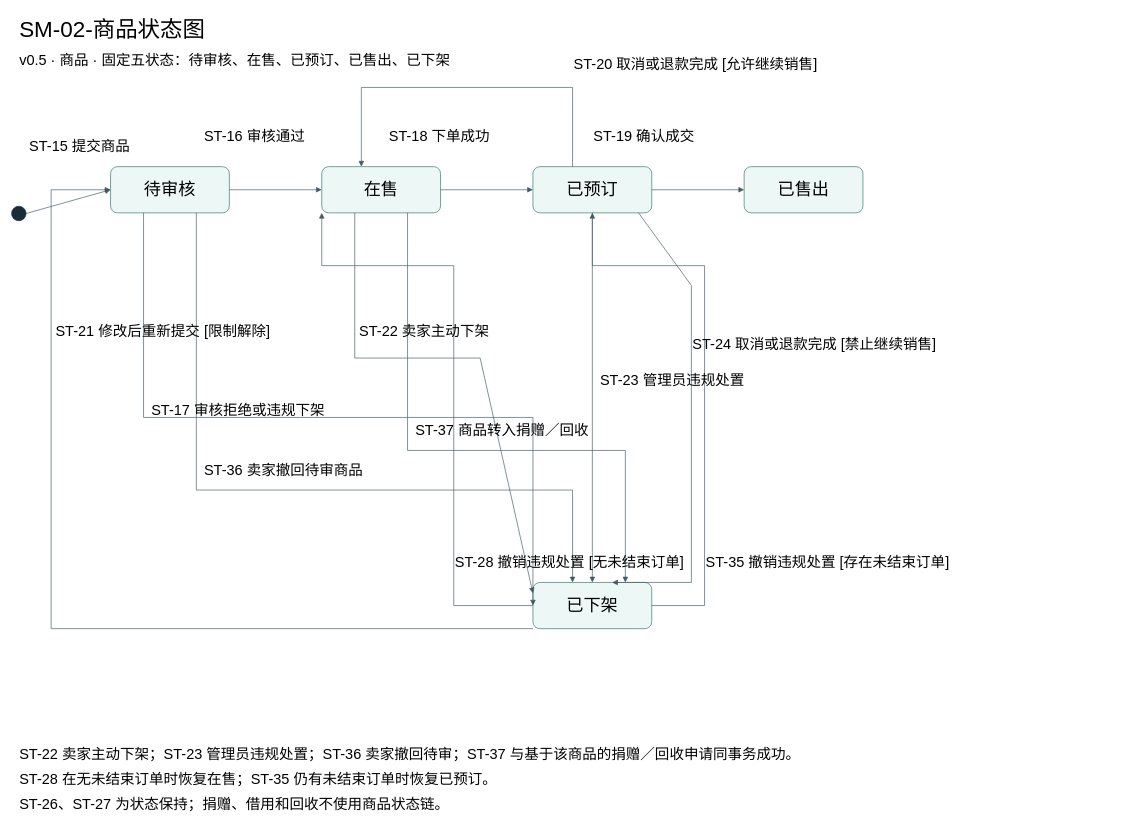
Above: 规则与状态/SM-02-商品状态图.drawio in Elusive-phantasm/Software-Engineering (draw.io), before the change. Source tidied: cells renumbered, new cells numbered last; positions are measured from the earlier drawing's top-left corner, leaving out a move shared by most shapes. Both pictures are drawn from the tidied source at 66%, with x=0, y=0 at pixel (11, 11).
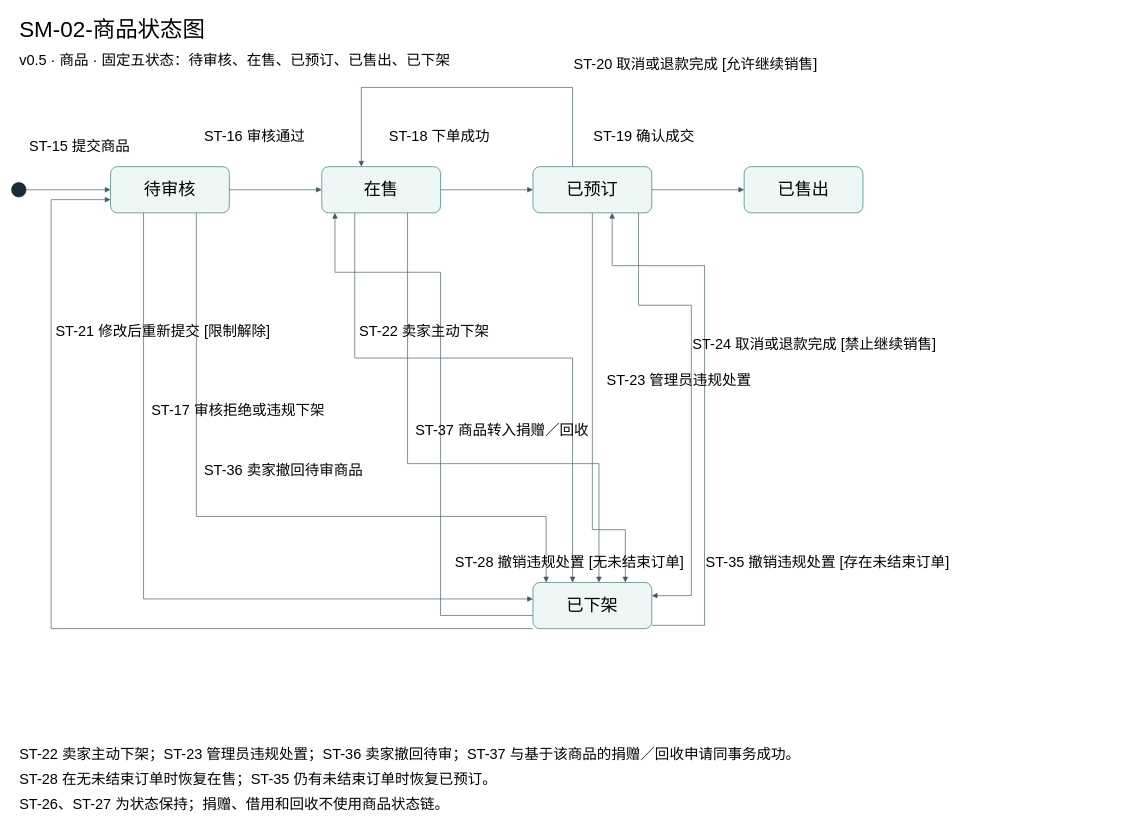
The same page after the edit.

The change refers to these unchanged cells:
```xml
<mxCell id="5" value="待审核" style="rounded=1;arcSize=15;whiteSpace=wrap;html=0;fillColor=#edf7f5;strokeColor=#28776b;fontSize=26;fontFamily=Microsoft YaHei;" parent="1" vertex="1">
  <mxGeometry x="150" y="235" width="180" height="70" as="geometry" />
</mxCell>
<mxCell id="6" value="在售" style="rounded=1;arcSize=15;whiteSpace=wrap;html=0;fillColor=#edf7f5;strokeColor=#28776b;fontSize=26;fontFamily=Microsoft YaHei;" parent="1" vertex="1">
  <mxGeometry x="470" y="235" width="180" height="70" as="geometry" />
</mxCell>
<mxCell id="7" value="已预订" style="rounded=1;arcSize=15;whiteSpace=wrap;html=0;fillColor=#edf7f5;strokeColor=#28776b;fontSize=26;fontFamily=Microsoft YaHei;" parent="1" vertex="1">
  <mxGeometry x="790" y="235" width="180" height="70" as="geometry" />
</mxCell>
<mxCell id="9" value="已下架" style="rounded=1;arcSize=15;whiteSpace=wrap;html=0;fillColor=#edf7f5;strokeColor=#28776b;fontSize=26;fontFamily=Microsoft YaHei;" parent="1" vertex="1">
  <mxGeometry x="790" y="865" width="180" height="70" as="geometry" />
</mxCell>
```

What changed in the source:
```diff
@@
     <mxCell id="4" style="ellipse;fillColor=#182d37;strokeColor=#182d37;" parent="1" vertex="1">
-      <mxGeometry y="295" width="22" height="22" as="geometry" />
+      <mxGeometry y="259" width="22" height="22" as="geometry" />
     </mxCell>
@@
-    <mxCell id="15" style="edgeStyle=none;rounded=0;endArrow=block;exitX=0.2777777777777778;exitY=1.0;entryX=0.0;entryY=0.5;strokeColor=#435962;" parent="1" edge="1" source="5" target="9">
+    <mxCell id="15" style="edgeStyle=none;rounded=0;endArrow=block;exitX=0.2777777777777778;exitY=1.0;entryX=0.0;entryY=0.35714285714285715;strokeColor=#435962;" parent="1" edge="1" source="5" target="9">
       <mxGeometry relative="1" as="geometry">
         <Array as="points">
-          <mxPoint x="200" y="615" />
-          <mxPoint x="790" y="615" />
+          <mxPoint x="200" y="890" />
         </Array>
       </mxGeometry>
     </mxCell>
-    <mxCell id="16" style="edgeStyle=none;rounded=0;endArrow=block;exitX=0.7222222222222222;exitY=1.0;entryX=0.3333333333333333;entryY=0.0;strokeColor=#435962;" parent="1" edge="1" source="5" target="9">
+    <mxCell id="16" style="edgeStyle=none;rounded=0;endArrow=block;exitX=0.7222222222222222;exitY=1.0;entryX=0.1111111111111111;entryY=0.0;strokeColor=#435962;" parent="1" edge="1" source="5" target="9">
       <mxGeometry relative="1" as="geometry">
         <Array as="points">
-          <mxPoint x="280" y="725" />
-          <mxPoint x="850" y="725" />
+          <mxPoint x="280" y="765" />
+          <mxPoint x="810" y="765" />
         </Array>
       </mxGeometry>
     </mxCell>
-    <mxCell id="17" style="edgeStyle=none;rounded=0;endArrow=block;exitX=0.2777777777777778;exitY=1.0;entryX=-0.4444444444444444;entryY=0.0;strokeColor=#435962;" parent="1" edge="1" source="6" target="9">
+    <mxCell id="17" style="edgeStyle=none;rounded=0;endArrow=block;exitX=0.2777777777777778;exitY=1.0;entryX=0.3333333333333333;entryY=0.0;strokeColor=#435962;" parent="1" edge="1" source="6" target="9">
       <mxGeometry relative="1" as="geometry">
         <Array as="points">
           <mxPoint x="520" y="525" />
-          <mxPoint x="710" y="525" />
+          <mxPoint x="850" y="525" />
         </Array>
       </mxGeometry>
     </mxCell>
-    <mxCell id="18" style="edgeStyle=none;rounded=0;endArrow=block;exitX=0.7222222222222222;exitY=1.0;entryX=0.7777777777777778;entryY=0.0;strokeColor=#435962;" parent="1" edge="1" source="6" target="9">
+    <mxCell id="18" style="edgeStyle=none;rounded=0;endArrow=block;exitX=0.7222222222222222;exitY=1.0;entryX=0.5555555555555556;entryY=0.0;strokeColor=#435962;" parent="1" edge="1" source="6" target="9">
       <mxGeometry relative="1" as="geometry">
         <Array as="points">
-          <mxPoint x="600" y="665" />
-          <mxPoint x="930" y="665" />
+          <mxPoint x="600" y="685" />
+          <mxPoint x="890" y="685" />
         </Array>
       </mxGeometry>
     </mxCell>
-    <mxCell id="19" style="edgeStyle=none;rounded=0;endArrow=block;exitX=0.5;exitY=1.0;entryX=0.5;entryY=0.0;strokeColor=#435962;" parent="1" edge="1" source="7" target="9">
-      <mxGeometry relative="1" as="geometry" />
+    <mxCell id="19" style="edgeStyle=none;rounded=0;endArrow=block;exitX=0.5;exitY=1.0;entryX=0.7777777777777778;entryY=0.0;strokeColor=#435962;" parent="1" edge="1" source="7" target="9">
+      <mxGeometry relative="1" as="geometry">
+        <Array as="points">
+          <mxPoint x="880" y="785" />
+          <mxPoint x="930" y="785" />
+        </Array>
+      </mxGeometry>
     </mxCell>
-    <mxCell id="20" style="edgeStyle=none;rounded=0;endArrow=block;exitX=0.8888888888888888;exitY=1.0;entryX=0.6666666666666666;entryY=0.0;strokeColor=#435962;" parent="1" edge="1" source="7" target="9">
+    <mxCell id="20" style="edgeStyle=none;rounded=0;endArrow=block;exitX=0.8888888888888888;exitY=1.0;entryX=1.0;entryY=0.2857142857142857;strokeColor=#435962;" parent="1" edge="1" source="7" target="9">
       <mxGeometry relative="1" as="geometry">
         <Array as="points">
-          <mxPoint x="1030" y="415" />
-          <mxPoint x="1030" y="865" />
+          <mxPoint x="950" y="445" />
+          <mxPoint x="1030" y="445" />
+          <mxPoint x="1030" y="885" />
         </Array>
       </mxGeometry>
     </mxCell>
-    <mxCell id="21" style="edgeStyle=none;rounded=0;endArrow=block;exitX=0.0;exitY=0.5;entryX=0.0;entryY=1.0;strokeColor=#435962;" parent="1" edge="1" source="9" target="6">
+    <mxCell id="21" style="edgeStyle=none;rounded=0;endArrow=block;exitX=0.0;exitY=0.7142857142857143;entryX=0.1111111111111111;entryY=1.0;strokeColor=#435962;" parent="1" edge="1" source="9" target="6">
       <mxGeometry relative="1" as="geometry">
         <Array as="points">
-          <mxPoint x="670" y="900" />
-          <mxPoint x="670" y="385" />
-          <mxPoint x="470" y="385" />
+          <mxPoint x="650" y="915" />
+          <mxPoint x="650" y="395" />
+          <mxPoint x="490" y="395" />
         </Array>
       </mxGeometry>
     </mxCell>
-    <mxCell id="22" style="edgeStyle=none;rounded=0;endArrow=block;exitX=0.6666666666666666;exitY=0.5;entryX=0.5;entryY=1.0;strokeColor=#435962;" parent="1" edge="1" source="9" target="7">
+    <mxCell id="22" style="edgeStyle=none;rounded=0;endArrow=block;exitX=1.0;exitY=0.9285714285714286;entryX=0.6666666666666666;entryY=1.0;strokeColor=#435962;" parent="1" edge="1" source="9" target="7">
       <mxGeometry relative="1" as="geometry">
         <Array as="points">
-          <mxPoint x="1050" y="900" />
+          <mxPoint x="1050" y="930" />
           <mxPoint x="1050" y="385" />
-          <mxPoint x="880" y="385" />
+          <mxPoint x="910" y="385" />
         </Array>
       </mxGeometry>
     </mxCell>
-    <mxCell id="23" style="edgeStyle=none;rounded=0;endArrow=block;exitX=0.0;exitY=1.0;entryX=0.0;entryY=0.5;strokeColor=#435962;" parent="1" edge="1" source="9" target="5">
+    <mxCell id="23" style="edgeStyle=none;rounded=0;endArrow=block;exitX=0.0;exitY=1.0;entryX=0.0;entryY=0.7142857142857143;strokeColor=#435962;" parent="1" edge="1" source="9" target="5">
       <mxGeometry relative="1" as="geometry">
         <Array as="points">
           <mxPoint x="60" y="935" />
-          <mxPoint x="60" y="270" />
+          <mxPoint x="60" y="285" />
         </Array>
       </mxGeometry>
     </mxCell>
@@
     <mxCell id="33" value="ST-23 管理员违规处置" style="text;html=0;align=left;verticalAlign=top;whiteSpace=wrap;fontSize=22;fontFamily=Microsoft YaHei;" parent="1" vertex="1">
-      <mxGeometry x="890" y="540" width="480" height="75" as="geometry" />
+      <mxGeometry x="900" y="540" width="480" height="75" as="geometry" />
     </mxCell>
```
